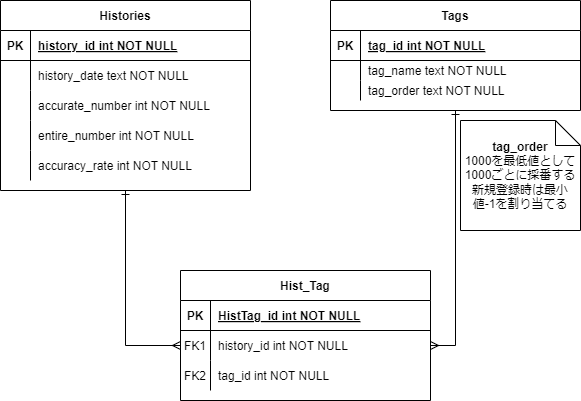
This is documents/テーブル設計.drawio.png from Lis-ReKid/CorrectRateLog, a draw.io export, as it was before one commit. Source tidied: cells renumbered, new cells last; positions are measured from the earlier drawing's top-left corner, leaving out a move shared by most shapes.
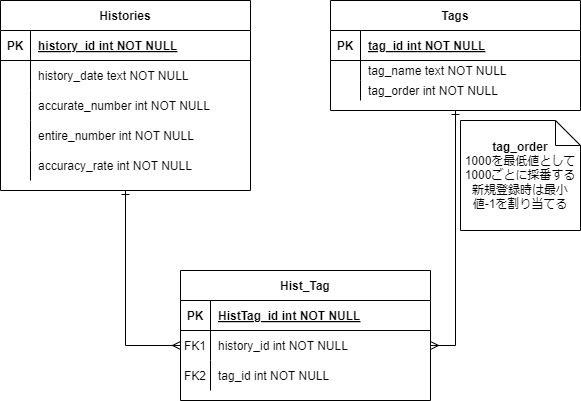
After the commit.

Commit message:
テーブル設計書を更新 データ型間違えてたので修正

Change to the diagram source:
```diff
@@ -29,7 +29,7 @@
     <mxCell id="10" style="shape=partialRectangle;overflow=hidden;fillColor=none;top=0;left=0;bottom=0;right=0;" parent="9" vertex="1">
       <mxGeometry width="30" height="20" as="geometry" />
     </mxCell>
-    <mxCell id="11" value="tag_order text NOT NULL" style="shape=partialRectangle;overflow=hidden;fillColor=none;top=0;left=0;bottom=0;right=0;align=left;spacingLeft=6;" parent="9" vertex="1">
+    <mxCell id="11" value="tag_order int NOT NULL" style="shape=partialRectangle;overflow=hidden;fillColor=none;top=0;left=0;bottom=0;right=0;align=left;spacingLeft=6;" parent="9" vertex="1">
       <mxGeometry x="30" width="220" height="20" as="geometry" />
     </mxCell>
     <mxCell id="12" value="Hist_Tag" style="shape=table;startSize=30;rowLines=0;fontStyle=1;align=center;" parent="1" vertex="1">
```
